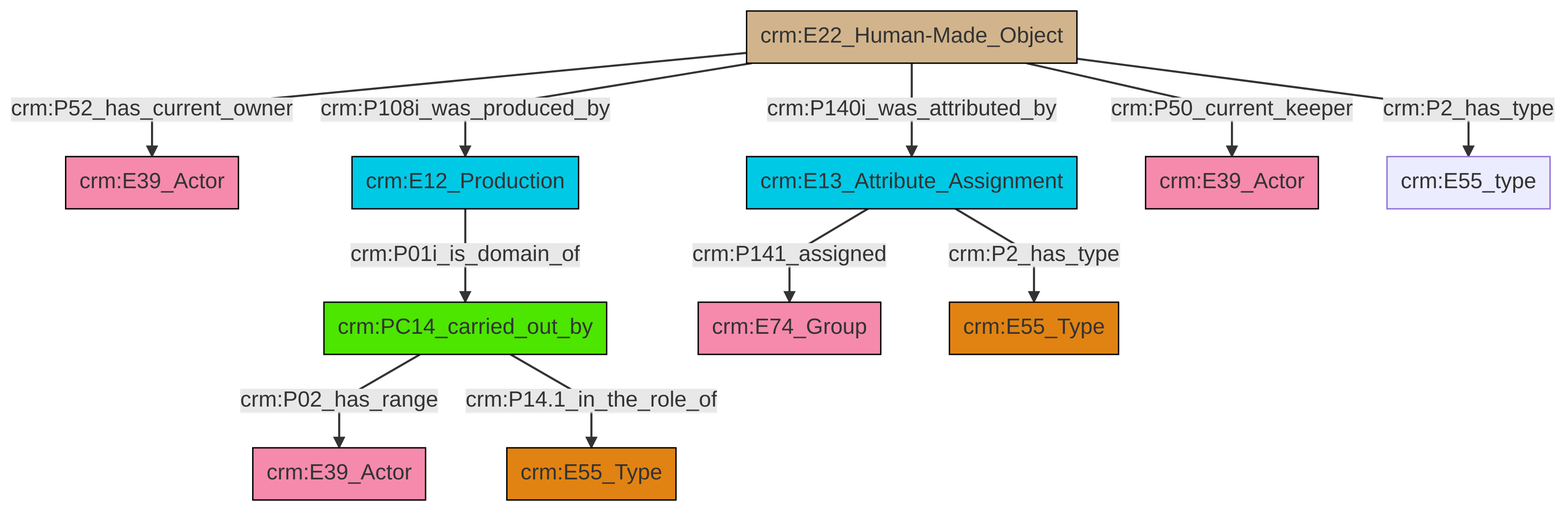
The Mermaid diagram et/artworkCSV/ttl/mmd/png/Artwork_Actor_Relations.png in swiss-art-research-net/docs.swissartresearch, before a commit. Its source is kept beside it as et/artworkCSV/ttl/mmd/Artwork_Actor_Relations.ttl.mmd.
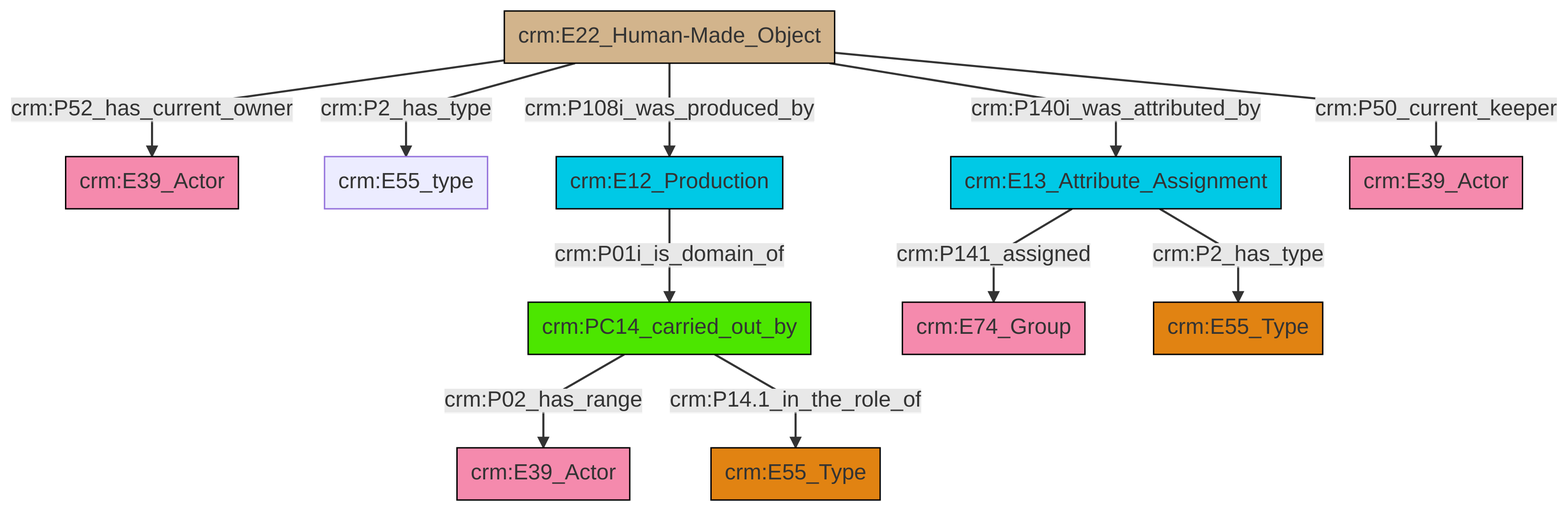
After the commit.

What changed in the source:
```diff
@@ -13,13 +13,13 @@
 classDef PC_Classes fill:#4ce600, stroke:#000000;
 classDef Multi fill:#cccccc,stroke:#000000;
 
-2["crm:E13_Attribute_Assignment"]:::Temporal_Entity -->|crm:P141_assigned| 3["crm:E74_Group"]:::Actor
-6["crm:E12_Production"]:::Temporal_Entity -->|crm:P01i_is_domain_of| 4["crm:PC14_carried_out_by"]:::PC_Classes
-0["crm:E22_Human-Made_Object"]:::Physical_Thing -->|crm:P52_has_current_owner| 11["crm:E39_Actor"]:::Actor
-0["crm:E22_Human-Made_Object"]:::Physical_Thing -->|crm:P108i_was_produced_by| 6["crm:E12_Production"]:::Temporal_Entity
-0["crm:E22_Human-Made_Object"]:::Physical_Thing -->|crm:P140i_was_attributed_by| 2["crm:E13_Attribute_Assignment"]:::Temporal_Entity
-0["crm:E22_Human-Made_Object"]:::Physical_Thing -->|crm:P50_current_keeper| 12["crm:E39_Actor"]:::Actor
-0["crm:E22_Human-Made_Object"]:::Physical_Thing -->|crm:P2_has_type| 9["crm:E55_type"]:::Default
-2["crm:E13_Attribute_Assignment"]:::Temporal_Entity -->|crm:P2_has_type| 18["crm:E55_Type"]:::Type
-4["crm:PC14_carried_out_by"]:::PC_Classes -->|crm:P02_has_range| 16["crm:E39_Actor"]:::Actor
-4["crm:PC14_carried_out_by"]:::PC_Classes -->|crm:P14.1_in_the_role_of| 21["crm:E55_Type"]:::Type
+0["crm:PC14_carried_out_by"]:::PC_Classes -->|crm:P02_has_range| 2["crm:E39_Actor"]:::Actor
+6["crm:E22_Human-Made_Object"]:::Physical_Thing -->|crm:P52_has_current_owner| 4["crm:E39_Actor"]:::Actor
+6["crm:E22_Human-Made_Object"]:::Physical_Thing -->|crm:P2_has_type| 7["crm:E55_type"]:::Default
+8["crm:E12_Production"]:::Temporal_Entity -->|crm:P01i_is_domain_of| 0["crm:PC14_carried_out_by"]:::PC_Classes
+6["crm:E22_Human-Made_Object"]:::Physical_Thing -->|crm:P140i_was_attributed_by| 11["crm:E13_Attribute_Assignment"]:::Temporal_Entity
+6["crm:E22_Human-Made_Object"]:::Physical_Thing -->|crm:P108i_was_produced_by| 8["crm:E12_Production"]:::Temporal_Entity
+11["crm:E13_Attribute_Assignment"]:::Temporal_Entity -->|crm:P141_assigned| 12["crm:E74_Group"]:::Actor
+0["crm:PC14_carried_out_by"]:::PC_Classes -->|crm:P14.1_in_the_role_of| 9["crm:E55_Type"]:::Type
+6["crm:E22_Human-Made_Object"]:::Physical_Thing -->|crm:P50_current_keeper| 16["crm:E39_Actor"]:::Actor
+11["crm:E13_Attribute_Assignment"]:::Temporal_Entity -->|crm:P2_has_type| 13["crm:E55_Type"]:::Type
```
